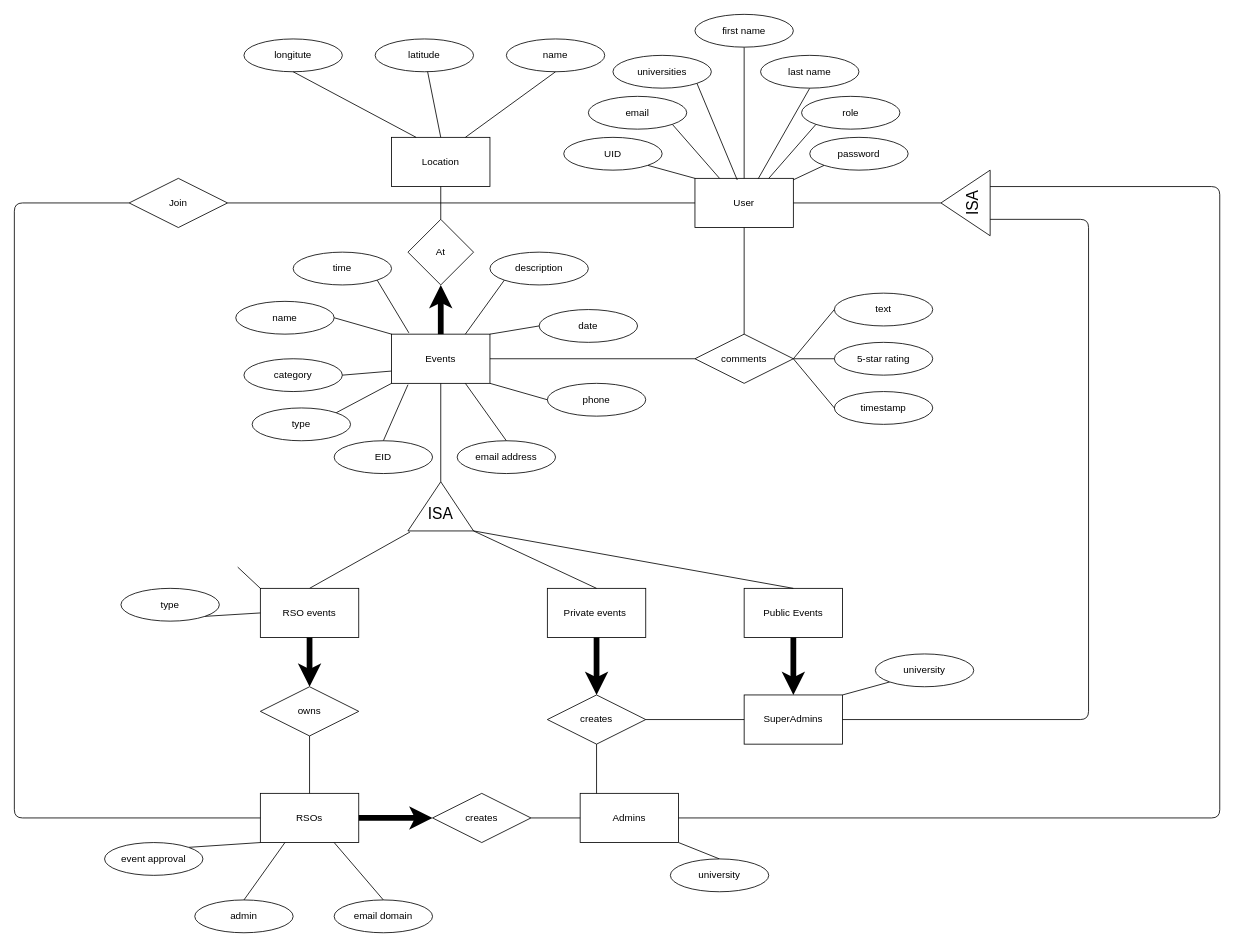
The draw.io diagram resources/draft_designs/Er_diagram.drawio in JuleeyG/CollegeEventWebsite, before the edit. Source tidied: cells renumbered, new cells numbered last; positions are measured from the earlier drawing's top-left corner, leaving out a move shared by most shapes. Both pictures are drawn from the tidied source at 82%, with x=0, y=0 at pixel (14, 14).
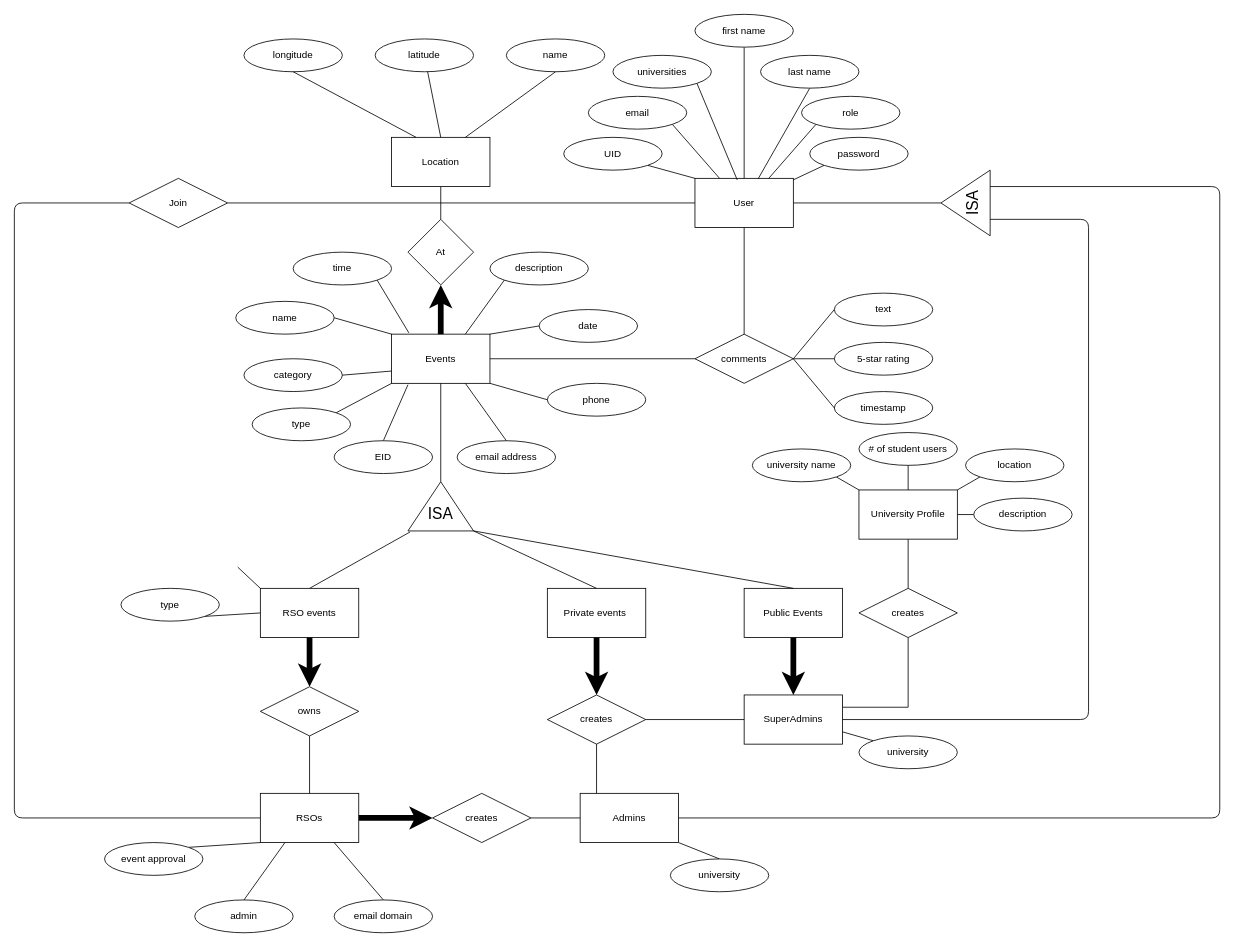
The same diagram, later.

Commit message:
Added university profile entity and relationships

The change refers to these unchanged cells:
```xml
<mxCell id="71" value="SuperAdmins" style="rounded=0;whiteSpace=wrap;html=1;" parent="1" vertex="1">
  <mxGeometry x="890" y="830" width="120" height="60" as="geometry" />
</mxCell>
```

Change to the diagram source:
```diff
@@
-    <mxCell id="3" value="longitute" style="ellipse;whiteSpace=wrap;html=1;" parent="1" vertex="1">
+    <mxCell id="3" value="longitude" style="ellipse;whiteSpace=wrap;html=1;" parent="1" vertex="1">
       <mxGeometry x="280" y="30" width="120" height="40" as="geometry" />
     </mxCell>
@@
+    <mxCell id="99" style="edgeStyle=orthogonalEdgeStyle;rounded=0;jettySize=auto;html=1;exitX=1;exitY=0.25;exitDx=0;exitDy=0;entryX=0.5;entryY=1;entryDx=0;entryDy=0;endArrow=none;endFill=0;" parent="1" edge="1" source="71" target="111">
+      <mxGeometry relative="1" as="geometry" />
+    </mxCell>
@@
-    <mxCell id="90" style="edgeStyle=none;rounded=0;jettySize=auto;html=1;exitX=0;exitY=1;exitDx=0;exitDy=0;entryX=1;entryY=0;entryDx=0;entryDy=0;endArrow=none;endFill=0;" parent="1" edge="1" source="91" target="71">
+    <mxCell id="90" style="edgeStyle=none;rounded=0;jettySize=auto;html=1;exitX=0;exitY=0;exitDx=0;exitDy=0;entryX=1;entryY=0.75;entryDx=0;entryDy=0;endArrow=none;endFill=0;" parent="1" edge="1" source="91" target="71">
       <mxGeometry relative="1" as="geometry" />
     </mxCell>
     <mxCell id="91" value="university" style="ellipse;whiteSpace=wrap;html=1;" parent="1" vertex="1">
-      <mxGeometry x="1050" y="780" width="120" height="40" as="geometry" />
+      <mxGeometry x="1030" y="880" width="120" height="40" as="geometry" />
     </mxCell>
@@
+    <mxCell id="100" value="University Profile" style="rounded=0;whiteSpace=wrap;html=1;" parent="1" vertex="1">
+      <mxGeometry x="1030" y="580" width="120" height="60" as="geometry" />
+    </mxCell>
+    <mxCell id="101" style="rounded=0;jettySize=auto;html=1;exitX=1;exitY=1;exitDx=0;exitDy=0;entryX=0;entryY=0;entryDx=0;entryDy=0;strokeColor=none;endArrow=none;endFill=0;" parent="1" edge="1" source="103" target="100">
+      <mxGeometry relative="1" as="geometry" />
+    </mxCell>
+    <mxCell id="102" style="edgeStyle=none;rounded=0;jettySize=auto;html=1;exitX=1;exitY=1;exitDx=0;exitDy=0;entryX=0;entryY=0;entryDx=0;entryDy=0;endArrow=none;endFill=0;" parent="1" edge="1" source="103" target="100">
+      <mxGeometry relative="1" as="geometry" />
+    </mxCell>
+    <mxCell id="103" value="university name" style="ellipse;whiteSpace=wrap;html=1;" parent="1" vertex="1">
+      <mxGeometry x="900" y="530" width="120" height="40" as="geometry" />
+    </mxCell>
+    <mxCell id="104" style="edgeStyle=none;rounded=0;jettySize=auto;html=1;exitX=0.5;exitY=1;exitDx=0;exitDy=0;entryX=0.5;entryY=0;entryDx=0;entryDy=0;endArrow=none;endFill=0;" parent="1" edge="1" source="105" target="100">
+      <mxGeometry relative="1" as="geometry" />
+    </mxCell>
+    <mxCell id="105" value="# of student users" style="ellipse;whiteSpace=wrap;html=1;" parent="1" vertex="1">
+      <mxGeometry x="1030" y="510" width="120" height="40" as="geometry" />
+    </mxCell>
+    <mxCell id="106" style="edgeStyle=none;rounded=0;jettySize=auto;html=1;exitX=0;exitY=1;exitDx=0;exitDy=0;entryX=1;entryY=0;entryDx=0;entryDy=0;endArrow=none;endFill=0;" parent="1" edge="1" source="107" target="100">
+      <mxGeometry relative="1" as="geometry" />
+    </mxCell>
+    <mxCell id="107" value="location" style="ellipse;whiteSpace=wrap;html=1;" parent="1" vertex="1">
+      <mxGeometry x="1160" y="530" width="120" height="40" as="geometry" />
+    </mxCell>
+    <mxCell id="108" style="edgeStyle=none;rounded=0;jettySize=auto;html=1;exitX=0;exitY=0.5;exitDx=0;exitDy=0;entryX=1;entryY=0.5;entryDx=0;entryDy=0;endArrow=none;endFill=0;" parent="1" edge="1" source="109" target="100">
+      <mxGeometry relative="1" as="geometry" />
+    </mxCell>
+    <mxCell id="109" value="description" style="ellipse;whiteSpace=wrap;html=1;" parent="1" vertex="1">
+      <mxGeometry x="1170" y="590" width="120" height="40" as="geometry" />
+    </mxCell>
+    <mxCell id="110" style="edgeStyle=orthogonalEdgeStyle;rounded=0;jettySize=auto;html=1;exitX=0.5;exitY=0;exitDx=0;exitDy=0;entryX=0.5;entryY=1;entryDx=0;entryDy=0;endArrow=none;endFill=0;" parent="1" edge="1" source="111" target="100">
+      <mxGeometry relative="1" as="geometry" />
+    </mxCell>
+    <mxCell id="111" value="creates" style="rhombus;whiteSpace=wrap;html=1;" parent="1" vertex="1">
+      <mxGeometry x="1030" y="700" width="120" height="60" as="geometry" />
+    </mxCell>
```
